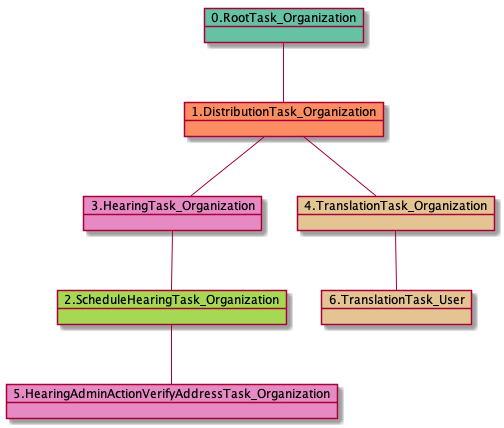
Earlier version of the PlantUML export docs-H/uml/RTO.DTO.SHTO.HTO.TTO.TTU-24900.png (yoomlam/graphing).
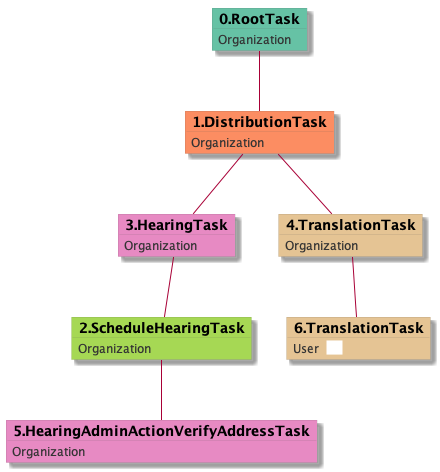
After the commit.

Diff of the diagram source:
```diff
@@ -1,15 +1,37 @@
 @startuml
-object 0.RootTask_Organization #66c2a5
-object 1.DistributionTask_Organization #fc8d62
-object 2.ScheduleHearingTask_Organization #a6d854
-object 3.HearingTask_Organization #e78ac3
-object 4.TranslationTask_Organization #e5c494
-object 5.HearingAdminActionVerifyAddressTask_Organization #e78ac3
-object 6.TranslationTask_User #e5c494
-0.RootTask_Organization -- 1.DistributionTask_Organization
-3.HearingTask_Organization -- 2.ScheduleHearingTask_Organization
-1.DistributionTask_Organization -- 3.HearingTask_Organization
-1.DistributionTask_Organization -- 4.TranslationTask_Organization
-2.ScheduleHearingTask_Organization -- 5.HearingAdminActionVerifyAddressTask_Organization
-4.TranslationTask_Organization -- 6.TranslationTask_User
+skinparam {
+  ObjectBorderColor #555
+  ObjectBorderThickness 0
+  ObjectFontStyle bold
+  ObjectFontSize 14
+  ObjectAttributeFontColor #333
+  ObjectAttributeFontSize 12
+}
+  object 0.RootTask #66c2a5 {
+Organization
+}
+  object 1.DistributionTask #fc8d62 {
+Organization
+}
+  object 2.ScheduleHearingTask #a6d854 {
+Organization
+}
+  object 3.HearingTask #e78ac3 {
+Organization
+}
+  object 4.TranslationTask #e5c494 {
+Organization
+}
+  object 5.HearingAdminActionVerifyAddressTask #e78ac3 {
+Organization
+}
+  object 6.TranslationTask #e5c494 {
+User  <back:white>    </back>
+}
+0.RootTask -- 1.DistributionTask
+3.HearingTask -- 2.ScheduleHearingTask
+1.DistributionTask -- 3.HearingTask
+1.DistributionTask -- 4.TranslationTask
+2.ScheduleHearingTask -- 5.HearingAdminActionVerifyAddressTask
+4.TranslationTask -- 6.TranslationTask
 @enduml
```
